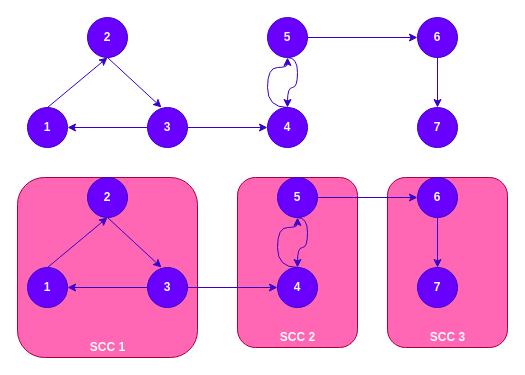
Before: strongly connected components.drawio in pustvts/pustvts-info, a draw.io diagram. Source tidied: cells renumbered, new cells numbered last; positions are measured from the earlier drawing's top-left corner, leaving out a move shared by most shapes. Both pictures are drawn from the tidied source at 100%, with x=0, y=0 at pixel (17, 17).
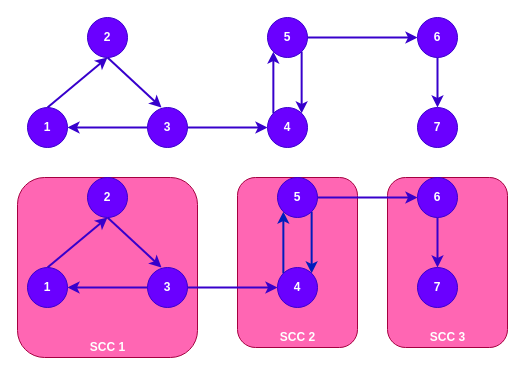
Above is the later version.

The change refers to these unchanged cells:
```xml
<mxCell id="10" value="1" style="ellipse;whiteSpace=wrap;html=1;fillColor=#6a00ff;fontColor=#ffffff;strokeColor=#3700CC;fontStyle=1;" parent="1" vertex="1">
  <mxGeometry x="10" y="90" width="40" height="40" as="geometry" />
</mxCell>
<mxCell id="12" value="2" style="ellipse;whiteSpace=wrap;html=1;fillColor=#6a00ff;fontColor=#ffffff;strokeColor=#3700CC;fontStyle=1;" parent="1" vertex="1">
  <mxGeometry x="70" width="40" height="40" as="geometry" />
</mxCell>
<mxCell id="15" value="3" style="ellipse;whiteSpace=wrap;html=1;fillColor=#6a00ff;fontColor=#ffffff;strokeColor=#3700CC;fontStyle=1;" parent="1" vertex="1">
  <mxGeometry x="130" y="90" width="40" height="40" as="geometry" />
</mxCell>
<mxCell id="17" value="4" style="ellipse;whiteSpace=wrap;html=1;fillColor=#6a00ff;fontColor=#ffffff;strokeColor=#3700CC;fontStyle=1;" parent="1" vertex="1">
  <mxGeometry x="250" y="90" width="40" height="40" as="geometry" />
</mxCell>
<mxCell id="20" value="5" style="ellipse;whiteSpace=wrap;html=1;fillColor=#6a00ff;fontColor=#ffffff;strokeColor=#3700CC;fontStyle=1;" parent="1" vertex="1">
  <mxGeometry x="250" width="40" height="40" as="geometry" />
</mxCell>
<mxCell id="21" value="7" style="ellipse;whiteSpace=wrap;html=1;fillColor=#6a00ff;fontColor=#ffffff;strokeColor=#3700CC;fontStyle=1;" parent="1" vertex="1">
  <mxGeometry x="400" y="90" width="40" height="40" as="geometry" />
</mxCell>
<mxCell id="23" value="6" style="ellipse;whiteSpace=wrap;html=1;fillColor=#6a00ff;fontColor=#ffffff;strokeColor=#3700CC;fontStyle=1;" parent="1" vertex="1">
  <mxGeometry x="400" width="40" height="40" as="geometry" />
</mxCell>
<mxCell id="25" value="1" style="ellipse;whiteSpace=wrap;html=1;fillColor=#6a00ff;fontColor=#ffffff;strokeColor=#3700CC;fontStyle=1;" parent="1" vertex="1">
  <mxGeometry x="10" y="250" width="40" height="40" as="geometry" />
</mxCell>
<mxCell id="27" value="2" style="ellipse;whiteSpace=wrap;html=1;fillColor=#6a00ff;fontColor=#ffffff;strokeColor=#3700CC;fontStyle=1;" parent="1" vertex="1">
  <mxGeometry x="70" y="160" width="40" height="40" as="geometry" />
</mxCell>
<mxCell id="30" value="3" style="ellipse;whiteSpace=wrap;html=1;fillColor=#6a00ff;fontColor=#ffffff;strokeColor=#3700CC;fontStyle=1;" parent="1" vertex="1">
  <mxGeometry x="130" y="250" width="40" height="40" as="geometry" />
</mxCell>
<mxCell id="32" value="4" style="ellipse;whiteSpace=wrap;html=1;fillColor=#6a00ff;fontColor=#ffffff;strokeColor=#3700CC;fontStyle=1;" parent="1" vertex="1">
  <mxGeometry x="260" y="250" width="40" height="40" as="geometry" />
</mxCell>
<mxCell id="35" value="5" style="ellipse;whiteSpace=wrap;html=1;fillColor=#6a00ff;fontColor=#ffffff;strokeColor=#3700CC;fontStyle=1;" parent="1" vertex="1">
  <mxGeometry x="260" y="160" width="40" height="40" as="geometry" />
</mxCell>
<mxCell id="36" value="7" style="ellipse;whiteSpace=wrap;html=1;fillColor=#6a00ff;fontColor=#ffffff;strokeColor=#3700CC;fontStyle=1;" parent="1" vertex="1">
  <mxGeometry x="400" y="250" width="40" height="40" as="geometry" />
</mxCell>
<mxCell id="38" value="6" style="ellipse;whiteSpace=wrap;html=1;fillColor=#6a00ff;fontColor=#ffffff;strokeColor=#3700CC;fontStyle=1;" parent="1" vertex="1">
  <mxGeometry x="400" y="160" width="40" height="40" as="geometry" />
</mxCell>
```

What changed in the source:
```diff
@@
-    <mxCell id="9" style="edgeStyle=none;rounded=0;jettySize=auto;html=1;exitX=0.5;exitY=0;exitDx=0;exitDy=0;entryX=0.5;entryY=1;entryDx=0;entryDy=0;fillColor=#6a00ff;strokeColor=#3700CC;" parent="1" edge="1" source="10" target="12">
+    <mxCell id="9" style="edgeStyle=none;rounded=0;jettySize=auto;html=1;exitX=0.5;exitY=0;exitDx=0;exitDy=0;entryX=0.5;entryY=1;entryDx=0;entryDy=0;fillColor=#6a00ff;strokeColor=#3700CC;strokeWidth=2;" parent="1" edge="1" source="10" target="12">
       <mxGeometry relative="1" as="geometry" />
     </mxCell>
@@
-    <mxCell id="11" style="edgeStyle=none;rounded=0;jettySize=auto;html=1;exitX=0.5;exitY=1;exitDx=0;exitDy=0;entryX=0.35;entryY=0;entryDx=0;entryDy=0;entryPerimeter=0;fillColor=#6a00ff;strokeColor=#3700CC;" parent="1" edge="1" source="12" target="15">
+    <mxCell id="11" style="edgeStyle=none;rounded=0;jettySize=auto;html=1;exitX=0.5;exitY=1;exitDx=0;exitDy=0;entryX=0.35;entryY=0;entryDx=0;entryDy=0;entryPerimeter=0;fillColor=#6a00ff;strokeColor=#3700CC;strokeWidth=2;" parent="1" edge="1" source="12" target="15">
       <mxGeometry relative="1" as="geometry" />
     </mxCell>
@@
-    <mxCell id="13" style="edgeStyle=none;rounded=0;jettySize=auto;html=1;exitX=0;exitY=0.5;exitDx=0;exitDy=0;entryX=1;entryY=0.5;entryDx=0;entryDy=0;fillColor=#6a00ff;strokeColor=#3700CC;" parent="1" edge="1" source="15" target="10">
+    <mxCell id="13" style="edgeStyle=none;rounded=0;jettySize=auto;html=1;exitX=0;exitY=0.5;exitDx=0;exitDy=0;entryX=1;entryY=0.5;entryDx=0;entryDy=0;fillColor=#6a00ff;strokeColor=#3700CC;strokeWidth=2;" parent="1" edge="1" source="15" target="10">
       <mxGeometry relative="1" as="geometry" />
     </mxCell>
-    <mxCell id="14" style="edgeStyle=none;rounded=0;jettySize=auto;html=1;exitX=1;exitY=0.5;exitDx=0;exitDy=0;entryX=0;entryY=0.5;entryDx=0;entryDy=0;fillColor=#6a00ff;strokeColor=#3700CC;" parent="1" edge="1" source="15" target="17">
+    <mxCell id="14" style="edgeStyle=none;rounded=0;jettySize=auto;html=1;exitX=1;exitY=0.5;exitDx=0;exitDy=0;entryX=0;entryY=0.5;entryDx=0;entryDy=0;fillColor=#6a00ff;strokeColor=#3700CC;strokeWidth=2;" parent="1" edge="1" source="15" target="17">
       <mxGeometry relative="1" as="geometry" />
     </mxCell>
@@
-    <mxCell id="16" style="edgeStyle=orthogonalEdgeStyle;rounded=0;jettySize=auto;html=1;exitX=0.5;exitY=0;exitDx=0;exitDy=0;entryX=0.5;entryY=1;entryDx=0;entryDy=0;curved=1;fillColor=#6a00ff;strokeColor=#3700CC;" parent="1" edge="1" source="17" target="20">
-      <mxGeometry relative="1" as="geometry">
-        <Array as="points">
-          <mxPoint x="250" y="90" />
-          <mxPoint x="250" y="50" />
-          <mxPoint x="270" y="50" />
-        </Array>
-      </mxGeometry>
+    <mxCell id="16" style="edgeStyle=orthogonalEdgeStyle;rounded=0;jettySize=auto;html=1;exitX=0;exitY=0;exitDx=0;exitDy=0;entryX=0;entryY=1;entryDx=0;entryDy=0;fillColor=#6a00ff;strokeColor=#3700CC;strokeWidth=2;" parent="1" edge="1" source="17" target="20">
+      <mxGeometry relative="1" as="geometry" />
     </mxCell>
@@
+    <mxCell id="19" style="edgeStyle=none;rounded=0;jettySize=auto;html=1;exitX=1;exitY=0.5;exitDx=0;exitDy=0;entryX=0;entryY=0.5;entryDx=0;entryDy=0;fillColor=#6a00ff;strokeColor=#3700CC;strokeWidth=2;" parent="1" edge="1" source="20" target="23">
+      <mxGeometry relative="1" as="geometry" />
+    </mxCell>
-    <mxCell id="18" style="edgeStyle=orthogonalEdgeStyle;curved=1;rounded=0;jettySize=auto;html=1;exitX=0.5;exitY=1;exitDx=0;exitDy=0;entryX=0.5;entryY=0;entryDx=0;entryDy=0;fillColor=#6a00ff;strokeColor=#3700CC;" parent="1" edge="1" source="20" target="17">
-      <mxGeometry relative="1" as="geometry">
-        <Array as="points">
-          <mxPoint x="280" y="40" />
-          <mxPoint x="280" y="70" />
-          <mxPoint x="270" y="70" />
-        </Array>
-      </mxGeometry>
+    <mxCell id="18" style="edgeStyle=orthogonalEdgeStyle;rounded=0;jettySize=auto;html=1;exitX=1;exitY=1;exitDx=0;exitDy=0;entryX=1;entryY=0;entryDx=0;entryDy=0;fillColor=#6a00ff;strokeColor=#3700CC;strokeWidth=2;" parent="1" edge="1" source="20" target="17">
+      <mxGeometry relative="1" as="geometry" />
     </mxCell>
-    <mxCell id="19" style="edgeStyle=none;rounded=0;jettySize=auto;html=1;exitX=1;exitY=0.5;exitDx=0;exitDy=0;entryX=0;entryY=0.5;entryDx=0;entryDy=0;fillColor=#6a00ff;strokeColor=#3700CC;" parent="1" edge="1" source="20" target="23">
-      <mxGeometry relative="1" as="geometry" />
-    </mxCell>
@@
-    <mxCell id="22" style="edgeStyle=none;rounded=0;jettySize=auto;html=1;exitX=0.5;exitY=1;exitDx=0;exitDy=0;entryX=0.5;entryY=0;entryDx=0;entryDy=0;fillColor=#6a00ff;strokeColor=#3700CC;" parent="1" edge="1" source="23" target="21">
+    <mxCell id="22" style="edgeStyle=none;rounded=0;jettySize=auto;html=1;exitX=0.5;exitY=1;exitDx=0;exitDy=0;entryX=0.5;entryY=0;entryDx=0;entryDy=0;fillColor=#6a00ff;strokeColor=#3700CC;strokeWidth=2;" parent="1" edge="1" source="23" target="21">
       <mxGeometry relative="1" as="geometry" />
     </mxCell>
@@
-    <mxCell id="24" style="edgeStyle=none;rounded=0;jettySize=auto;html=1;exitX=0.5;exitY=0;exitDx=0;exitDy=0;entryX=0.5;entryY=1;entryDx=0;entryDy=0;fillColor=#6a00ff;strokeColor=#3700CC;" parent="1" edge="1" source="25" target="27">
+    <mxCell id="24" style="edgeStyle=none;rounded=0;jettySize=auto;html=1;exitX=0.5;exitY=0;exitDx=0;exitDy=0;entryX=0.5;entryY=1;entryDx=0;entryDy=0;fillColor=#6a00ff;strokeColor=#3700CC;strokeWidth=2;" parent="1" edge="1" source="25" target="27">
       <mxGeometry relative="1" as="geometry" />
     </mxCell>
@@
-    <mxCell id="26" style="edgeStyle=none;rounded=0;jettySize=auto;html=1;exitX=0.5;exitY=1;exitDx=0;exitDy=0;entryX=0.35;entryY=0;entryDx=0;entryDy=0;entryPerimeter=0;fillColor=#6a00ff;strokeColor=#3700CC;" parent="1" edge="1" source="27" target="30">
+    <mxCell id="26" style="edgeStyle=none;rounded=0;jettySize=auto;html=1;exitX=0.5;exitY=1;exitDx=0;exitDy=0;entryX=0.35;entryY=0;entryDx=0;entryDy=0;entryPerimeter=0;fillColor=#6a00ff;strokeColor=#3700CC;strokeWidth=2;" parent="1" edge="1" source="27" target="30">
       <mxGeometry relative="1" as="geometry" />
     </mxCell>
@@
-    <mxCell id="28" style="edgeStyle=none;rounded=0;jettySize=auto;html=1;exitX=0;exitY=0.5;exitDx=0;exitDy=0;entryX=1;entryY=0.5;entryDx=0;entryDy=0;fillColor=#6a00ff;strokeColor=#3700CC;" parent="1" edge="1" source="30" target="25">
+    <mxCell id="28" style="edgeStyle=none;rounded=0;jettySize=auto;html=1;exitX=0;exitY=0.5;exitDx=0;exitDy=0;entryX=1;entryY=0.5;entryDx=0;entryDy=0;fillColor=#6a00ff;strokeColor=#3700CC;strokeWidth=2;" parent="1" edge="1" source="30" target="25">
       <mxGeometry relative="1" as="geometry" />
     </mxCell>
-    <mxCell id="29" style="edgeStyle=none;rounded=0;jettySize=auto;html=1;exitX=1;exitY=0.5;exitDx=0;exitDy=0;entryX=0;entryY=0.5;entryDx=0;entryDy=0;fillColor=#6a00ff;strokeColor=#3700CC;" parent="1" edge="1" source="30" target="32">
+    <mxCell id="29" style="edgeStyle=none;rounded=0;jettySize=auto;html=1;exitX=1;exitY=0.5;exitDx=0;exitDy=0;entryX=0;entryY=0.5;entryDx=0;entryDy=0;fillColor=#6a00ff;strokeColor=#3700CC;strokeWidth=2;" parent="1" edge="1" source="30" target="32">
       <mxGeometry relative="1" as="geometry" />
     </mxCell>
@@
-    <mxCell id="31" style="edgeStyle=orthogonalEdgeStyle;rounded=0;jettySize=auto;html=1;exitX=0.5;exitY=0;exitDx=0;exitDy=0;entryX=0.5;entryY=1;entryDx=0;entryDy=0;curved=1;fillColor=#6a00ff;strokeColor=#3700CC;" parent="1" edge="1" source="32" target="35">
-      <mxGeometry relative="1" as="geometry">
-        <Array as="points">
-          <mxPoint x="260" y="250" />
-          <mxPoint x="260" y="210" />
-          <mxPoint x="280" y="210" />
-        </Array>
-      </mxGeometry>
+    <mxCell id="31" style="edgeStyle=orthogonalEdgeStyle;rounded=0;jettySize=auto;html=1;exitX=0;exitY=0;exitDx=0;exitDy=0;entryX=0;entryY=1;entryDx=0;entryDy=0;fillColor=#0050ef;strokeColor=#001DBC;strokeWidth=2;" parent="1" edge="1" source="32" target="35">
+      <mxGeometry relative="1" as="geometry" />
     </mxCell>
@@
+    <mxCell id="34" style="edgeStyle=none;rounded=0;jettySize=auto;html=1;exitX=1;exitY=0.5;exitDx=0;exitDy=0;entryX=0;entryY=0.5;entryDx=0;entryDy=0;fillColor=#6a00ff;strokeColor=#3700CC;strokeWidth=2;" parent="1" edge="1" source="35" target="38">
+      <mxGeometry relative="1" as="geometry" />
+    </mxCell>
-    <mxCell id="33" style="edgeStyle=orthogonalEdgeStyle;curved=1;rounded=0;jettySize=auto;html=1;exitX=0.5;exitY=1;exitDx=0;exitDy=0;entryX=0.5;entryY=0;entryDx=0;entryDy=0;fillColor=#6a00ff;strokeColor=#3700CC;" parent="1" edge="1" source="35" target="32">
-      <mxGeometry relative="1" as="geometry">
-        <Array as="points">
-          <mxPoint x="290" y="200" />
-          <mxPoint x="290" y="230" />
-          <mxPoint x="280" y="230" />
-        </Array>
-      </mxGeometry>
+    <mxCell id="33" style="edgeStyle=orthogonalEdgeStyle;rounded=0;jettySize=auto;html=1;exitX=1;exitY=1;exitDx=0;exitDy=0;entryX=1;entryY=0;entryDx=0;entryDy=0;fillColor=#0050ef;strokeColor=#001DBC;strokeWidth=2;" parent="1" edge="1" source="35" target="32">
+      <mxGeometry relative="1" as="geometry" />
     </mxCell>
-    <mxCell id="34" style="edgeStyle=none;rounded=0;jettySize=auto;html=1;exitX=1;exitY=0.5;exitDx=0;exitDy=0;entryX=0;entryY=0.5;entryDx=0;entryDy=0;fillColor=#6a00ff;strokeColor=#3700CC;" parent="1" edge="1" source="35" target="38">
-      <mxGeometry relative="1" as="geometry" />
-    </mxCell>
@@
-    <mxCell id="37" style="edgeStyle=none;rounded=0;jettySize=auto;html=1;exitX=0.5;exitY=1;exitDx=0;exitDy=0;entryX=0.5;entryY=0;entryDx=0;entryDy=0;fillColor=#6a00ff;strokeColor=#3700CC;" parent="1" edge="1" source="38" target="36">
+    <mxCell id="37" style="edgeStyle=none;rounded=0;jettySize=auto;html=1;exitX=0.5;exitY=1;exitDx=0;exitDy=0;entryX=0.5;entryY=0;entryDx=0;entryDy=0;fillColor=#6a00ff;strokeColor=#3700CC;strokeWidth=2;" parent="1" edge="1" source="38" target="36">
       <mxGeometry relative="1" as="geometry" />
     </mxCell>
```
